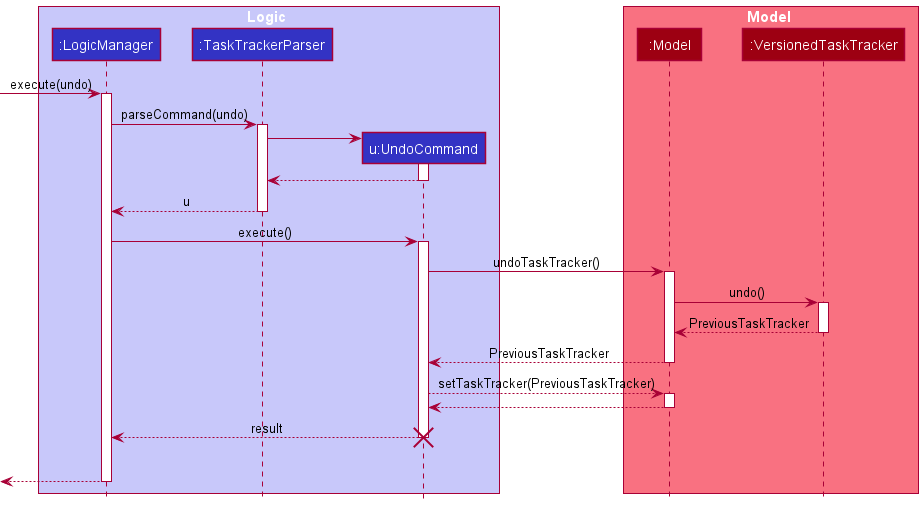
Before: docs/images/UndoSequenceDiagram.png, a diagram exported from PlantUML (nus-cs2103-AY2021S2/tp).
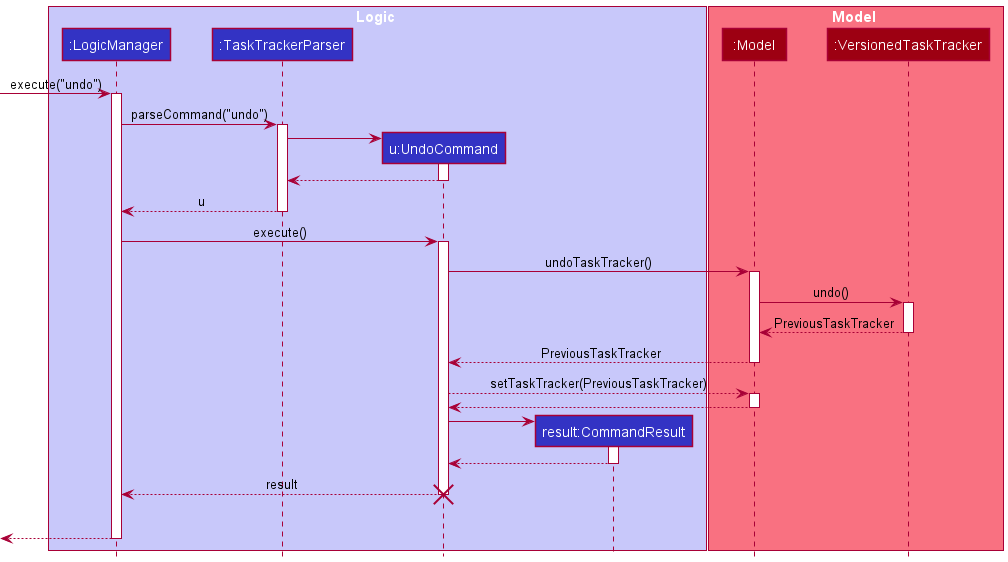
After the commit.

Commit message:
update logic api sequence diagram

Diff of the diagram source:
```diff
@@ -5,16 +5,17 @@
 participant ":LogicManager" as LogicManager LOGIC_COLOR
 participant ":TaskTrackerParser" as TaskTrackerParser LOGIC_COLOR
 participant "u:UndoCommand" as UndoCommand LOGIC_COLOR
+participant "result:CommandResult" as CommandResult LOGIC_COLOR
 end box
 
 box Model MODEL_COLOR_T1
 participant ":Model" as Model MODEL_COLOR
 participant ":VersionedTaskTracker" as VersionedTaskTracker MODEL_COLOR
 end box
-[-> LogicManager : execute(undo)
+[-> LogicManager : execute("undo")
 activate LogicManager
 
-LogicManager -> TaskTrackerParser : parseCommand(undo)
+LogicManager -> TaskTrackerParser : parseCommand("undo")
 activate TaskTrackerParser
 
 create UndoCommand
@@ -46,6 +47,14 @@
 activate Model
 Model --> UndoCommand
 deactivate Model
+
+create CommandResult
+UndoCommand -> CommandResult
+activate CommandResult
+
+CommandResult --> UndoCommand
+deactivate CommandResult
+
 UndoCommand --> LogicManager : result
 destroy UndoCommand
 UndoCommand -[hidden]-> LogicManager : result
```
